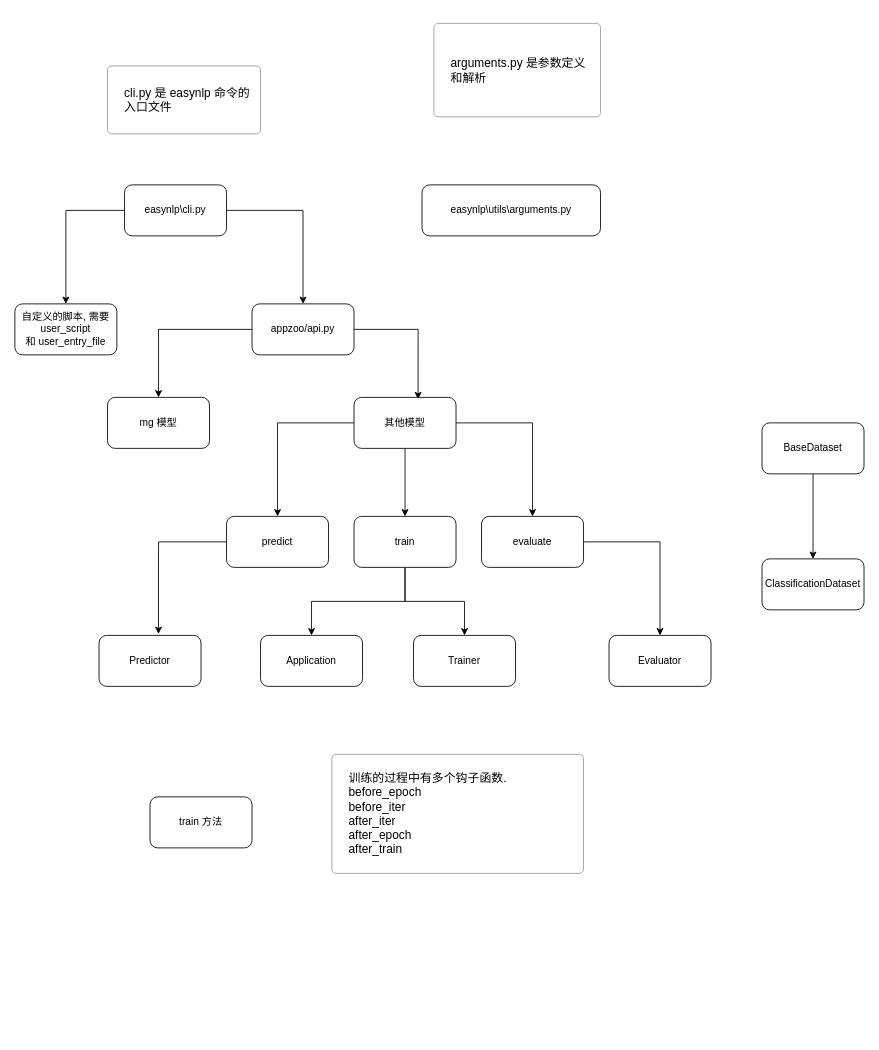
Before: easynlp.drawio in zhenhua32/EasyNLP, a draw.io diagram. Source tidied: cells renumbered, new cells numbered last; positions are measured from the earlier drawing's top-left corner, leaving out a move shared by most shapes. Both pictures are drawn from the tidied source at 85%, with x=0, y=0 at pixel (14, 23).
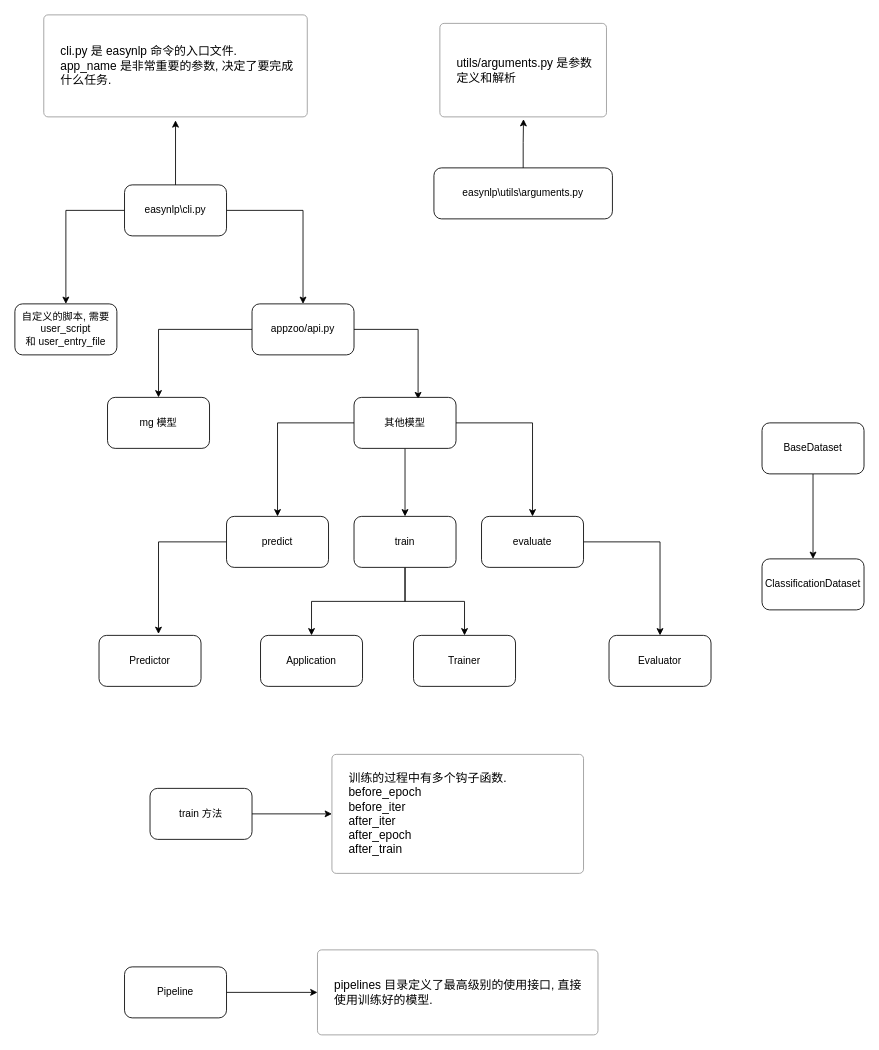
Above is the later version.

Unchanged cells that the change refers to:
```xml
<mxCell id="4" value="easynlp\cli.py" style="rounded=1;whiteSpace=wrap;html=1;" parent="1" vertex="1">
  <mxGeometry x="129" y="190" width="120" height="60" as="geometry" />
</mxCell>
<mxCell id="32" value="训练的过程中有多个钩子函数.&lt;br&gt;before_epoch&lt;br&gt;before_iter&lt;br&gt;after_iter&lt;br&gt;after_epoch&lt;br&gt;after_train" style="html=1;shadow=0;dashed=0;shape=mxgraph.bootstrap.rrect;rSize=5;strokeColor=#999999;strokeWidth=1;fillColor=#FFFFFF;fontColor=#000000;whiteSpace=wrap;align=left;verticalAlign=middle;spacingLeft=10;fontSize=14;spacing=10;" parent="1" vertex="1">
  <mxGeometry x="373" y="860" width="296" height="140" as="geometry" />
</mxCell>
```

The edit, as a diff of the source:
```diff
@@
+    <mxCell id="33" style="edgeStyle=orthogonalEdgeStyle;rounded=0;jettySize=auto;html=1;exitX=0.5;exitY=0;exitDx=0;exitDy=0;entryX=0.5;entryY=1.034;entryDx=0;entryDy=0;entryPerimeter=0;" parent="1" edge="1" source="4" target="5">
+      <mxGeometry relative="1" as="geometry" />
+    </mxCell>
@@
-    <mxCell id="5" value="&lt;font color=&quot;#000000&quot;&gt;cli.py 是 easynlp 命令的入口文件&lt;/font&gt;" style="html=1;shadow=0;dashed=0;shape=mxgraph.bootstrap.rrect;rSize=5;strokeColor=#999999;strokeWidth=1;fillColor=#FFFFFF;fontColor=#6C767D;whiteSpace=wrap;align=left;verticalAlign=middle;spacingLeft=10;fontSize=14;spacing=10;" parent="1" vertex="1">
-      <mxGeometry x="109" y="50" width="180" height="80" as="geometry" />
+    <mxCell id="5" value="&lt;font color=&quot;#000000&quot;&gt;cli.py 是 easynlp 命令的入口文件.&lt;br&gt;app_name 是非常重要的参数, 决定了要完成什么任务.&lt;br&gt;&lt;/font&gt;" style="html=1;shadow=0;dashed=0;shape=mxgraph.bootstrap.rrect;rSize=5;strokeColor=#999999;strokeWidth=1;fillColor=#FFFFFF;fontColor=#6C767D;whiteSpace=wrap;align=left;verticalAlign=middle;spacingLeft=10;fontSize=14;spacing=10;" parent="1" vertex="1">
+      <mxGeometry x="34" y="-10" width="310" height="120" as="geometry" />
     </mxCell>
+    <mxCell id="34" style="edgeStyle=orthogonalEdgeStyle;rounded=0;jettySize=auto;html=1;entryX=0.502;entryY=1.024;entryDx=0;entryDy=0;entryPerimeter=0;" parent="1" edge="1" source="6" target="7">
+      <mxGeometry relative="1" as="geometry" />
+    </mxCell>
     <mxCell id="6" value="easynlp\utils\arguments.py" style="rounded=1;whiteSpace=wrap;html=1;" parent="1" vertex="1">
-      <mxGeometry x="479" y="190" width="210" height="60" as="geometry" />
+      <mxGeometry x="493" y="170" width="210" height="60" as="geometry" />
     </mxCell>
-    <mxCell id="7" value="&lt;font color=&quot;#000000&quot;&gt;arguments.py 是参数定义和解析&lt;/font&gt;" style="html=1;shadow=0;dashed=0;shape=mxgraph.bootstrap.rrect;rSize=5;strokeColor=#999999;strokeWidth=1;fillColor=#FFFFFF;fontColor=#6C767D;whiteSpace=wrap;align=left;verticalAlign=middle;spacingLeft=10;fontSize=14;spacing=10;" parent="1" vertex="1">
-      <mxGeometry x="493" width="196" height="110" as="geometry" />
+    <mxCell id="7" value="&lt;font color=&quot;#000000&quot;&gt;utils/arguments.py 是参数定义和解析&lt;/font&gt;" style="html=1;shadow=0;dashed=0;shape=mxgraph.bootstrap.rrect;rSize=5;strokeColor=#999999;strokeWidth=1;fillColor=#FFFFFF;fontColor=#6C767D;whiteSpace=wrap;align=left;verticalAlign=middle;spacingLeft=10;fontSize=14;spacing=10;" parent="1" vertex="1">
+      <mxGeometry x="500" width="196" height="110" as="geometry" />
     </mxCell>
@@
+    <mxCell id="35" style="edgeStyle=orthogonalEdgeStyle;rounded=0;jettySize=auto;html=1;exitX=1;exitY=0.5;exitDx=0;exitDy=0;" parent="1" edge="1" source="31" target="32">
+      <mxGeometry relative="1" as="geometry" />
+    </mxCell>
     <mxCell id="31" value="train 方法" style="rounded=1;whiteSpace=wrap;html=1;" parent="1" vertex="1">
-      <mxGeometry x="159" y="910" width="120" height="60" as="geometry" />
+      <mxGeometry x="159" y="900" width="120" height="60" as="geometry" />
     </mxCell>
@@
+    <mxCell id="36" style="edgeStyle=orthogonalEdgeStyle;rounded=0;jettySize=auto;html=1;exitX=1;exitY=0.5;exitDx=0;exitDy=0;" parent="1" edge="1" source="37" target="38">
+      <mxGeometry relative="1" as="geometry" />
+    </mxCell>
+    <mxCell id="37" value="Pipeline" style="rounded=1;whiteSpace=wrap;html=1;" parent="1" vertex="1">
+      <mxGeometry x="129" y="1110" width="120" height="60" as="geometry" />
+    </mxCell>
+    <mxCell id="38" value="&lt;font color=&quot;#000000&quot;&gt;pipelines 目录定义了最高级别的使用接口, 直接使用训练好的模型.&lt;/font&gt;" style="html=1;shadow=0;dashed=0;shape=mxgraph.bootstrap.rrect;rSize=5;strokeColor=#999999;strokeWidth=1;fillColor=#FFFFFF;fontColor=#6C767D;whiteSpace=wrap;align=left;verticalAlign=middle;spacingLeft=10;fontSize=14;spacing=10;" parent="1" vertex="1">
+      <mxGeometry x="356" y="1090" width="330" height="100" as="geometry" />
+    </mxCell>
```
